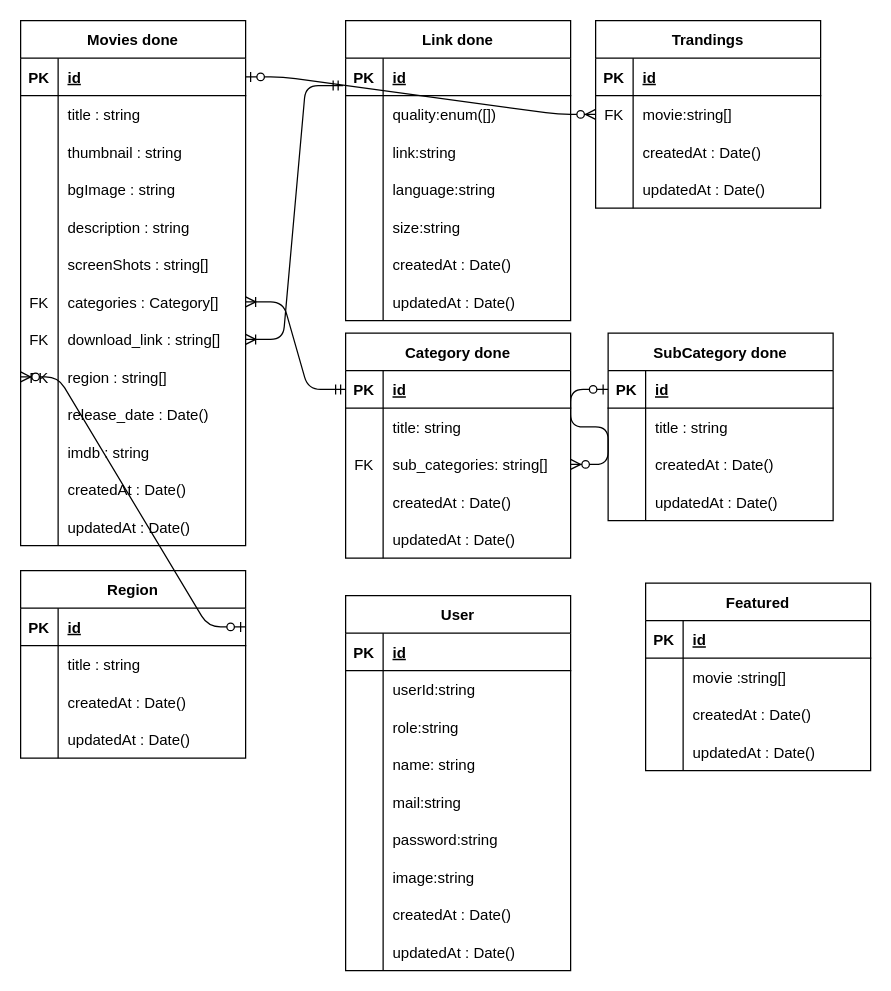
This is er-diagram.drawio from muradwahid/movie-server, a draw.io file, before an edit. Source tidied: cells renumbered, new cells numbered last; positions are measured from the earlier drawing's top-left corner, leaving out a move shared by most shapes. Both pictures are drawn from the tidied source at 125%, with x=0, y=0 at pixel (20, 20).
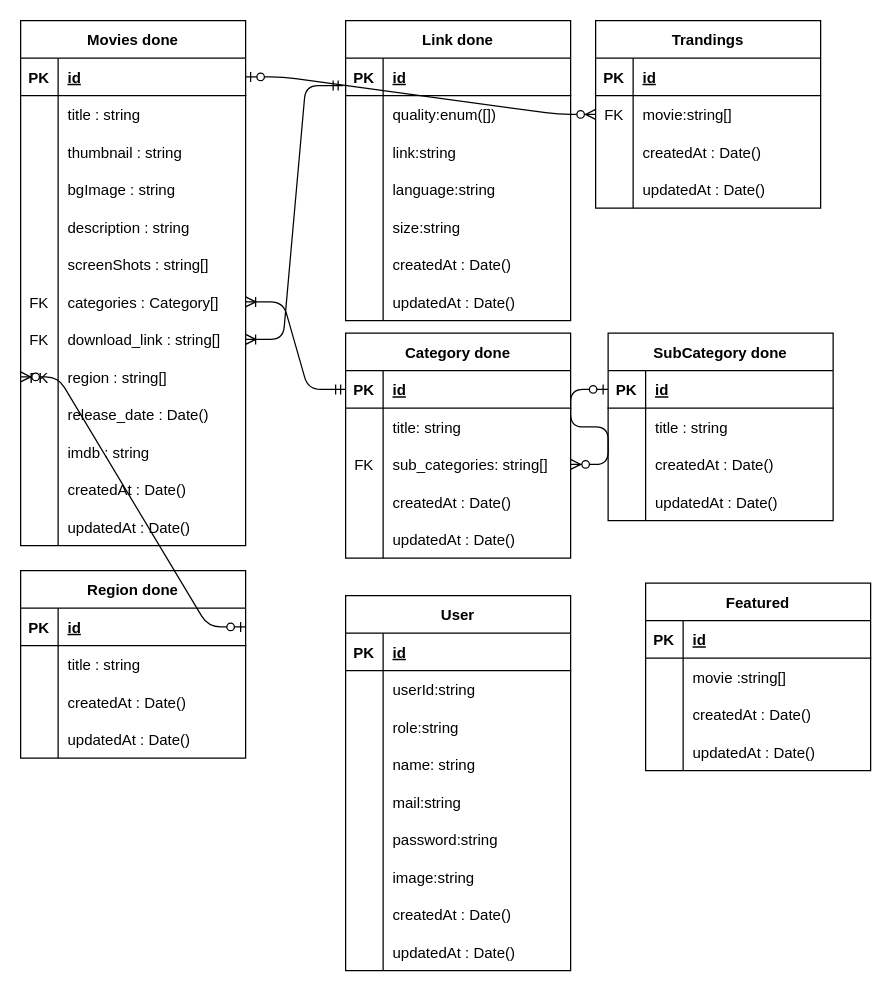
Above is the later version.

What changed in the source:
```diff
@@
-    <mxCell id="95" value="Region" style="shape=table;startSize=30;childLayout=tableLayout;rowLines=0;fontStyle=1;align=center;" parent="1" vertex="1">
+    <mxCell id="95" value="Region done" style="shape=table;startSize=30;childLayout=tableLayout;rowLines=0;fontStyle=1;align=center;" parent="1" vertex="1">
       <mxGeometry y="440" width="180" height="150" as="geometry" />
     </mxCell>
```
